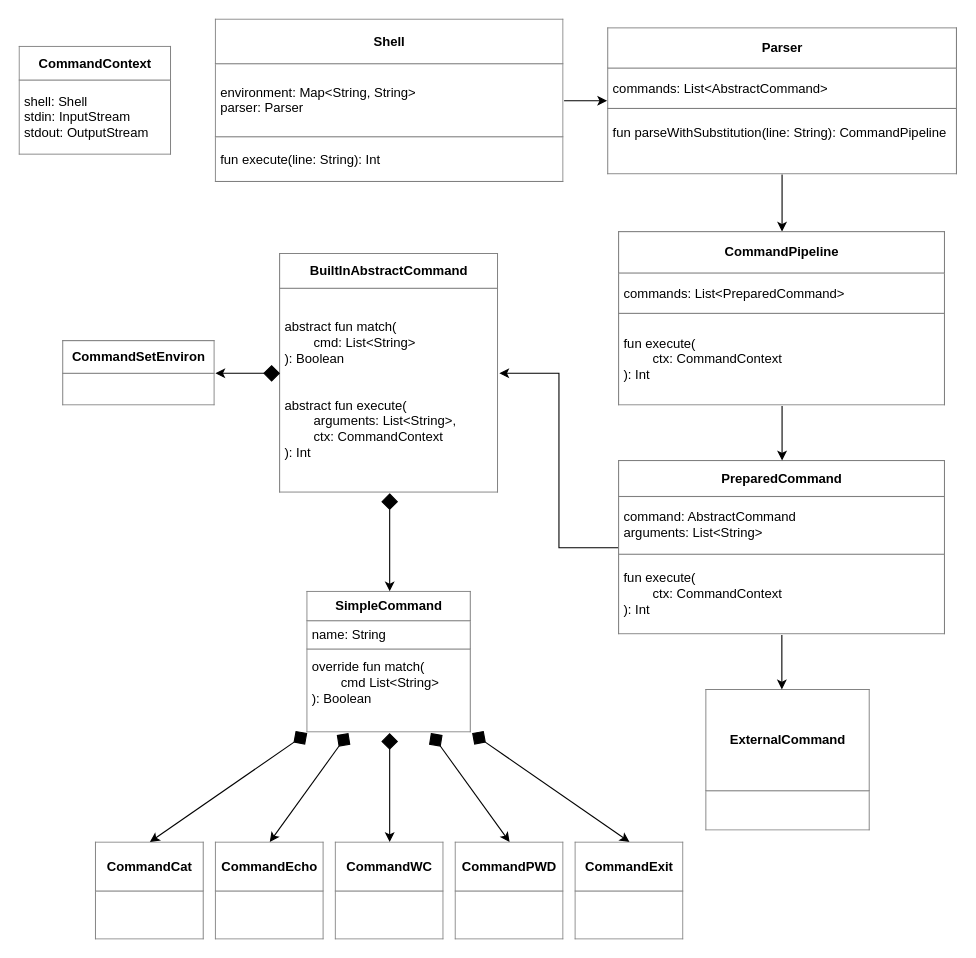
Above: SDShell 2.drawio in gt22/hse-SD (draw.io), before the change. Source tidied: cells renumbered, new cells numbered last; positions are measured from the earlier drawing's top-left corner, leaving out a move shared by most shapes. Both pictures are drawn from the tidied source at 109%, with x=0, y=0 at pixel (19, 19).
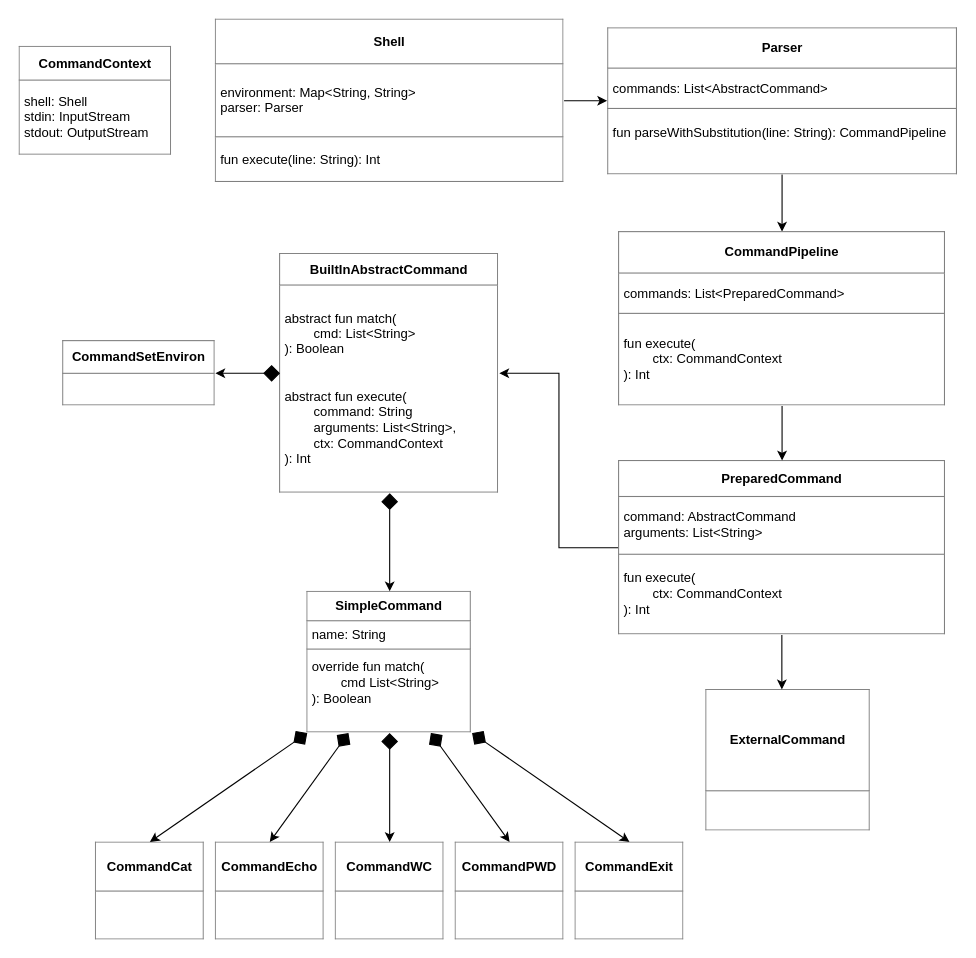
The same diagram, later.

The edit, as a diff of the source:
```diff
@@
-    <mxCell id="4" value="&lt;table border=&quot;1&quot; width=&quot;100%&quot; cellpadding=&quot;4&quot; style=&quot;width: 100% ; height: 100% ; border-collapse: collapse&quot;&gt;&lt;tbody&gt;&lt;tr&gt;&lt;th align=&quot;center&quot;&gt;BuiltInAbstractCommand&lt;/th&gt;&lt;/tr&gt;&lt;tr&gt;&lt;td&gt;abstract fun match(&lt;br&gt;&lt;span&gt;&#9;&lt;/span&gt;&lt;span style=&quot;white-space: pre&quot;&gt;&#9;&lt;/span&gt;cmd: List&amp;lt;String&amp;gt;&lt;br&gt;): Boolean&lt;br&gt;&amp;nbsp;&lt;br&gt;&lt;br&gt;abstract fun execute(&lt;br&gt;&lt;span&gt;&#9;&lt;/span&gt;&lt;span style=&quot;white-space: pre&quot;&gt;&#9;&lt;/span&gt;arguments: List&amp;lt;String&amp;gt;,&lt;br&gt;&lt;span&gt;&#9;&lt;/span&gt;&lt;span style=&quot;white-space: pre&quot;&gt;&#9;&lt;/span&gt;ctx: CommandContext&lt;br&gt;): Int&lt;br&gt;&lt;/td&gt;&lt;/tr&gt;&lt;/tbody&gt;&lt;/table&gt;" style="text;html=1;strokeColor=none;fillColor=none;overflow=fill;" parent="1" vertex="1">
+    <mxCell id="4" value="&lt;table border=&quot;1&quot; width=&quot;100%&quot; cellpadding=&quot;4&quot; style=&quot;width: 100% ; height: 100% ; border-collapse: collapse&quot;&gt;&lt;tbody&gt;&lt;tr&gt;&lt;th align=&quot;center&quot;&gt;BuiltInAbstractCommand&lt;/th&gt;&lt;/tr&gt;&lt;tr&gt;&lt;td&gt;abstract fun match(&lt;br&gt;&lt;span&gt;&#9;&lt;/span&gt;&lt;span style=&quot;white-space: pre&quot;&gt;&#9;&lt;/span&gt;cmd: List&amp;lt;String&amp;gt;&lt;br&gt;): Boolean&lt;br&gt;&amp;nbsp;&lt;br&gt;&lt;br&gt;abstract fun execute(&lt;br&gt;&lt;span style=&quot;white-space: pre&quot;&gt;&#9;&lt;/span&gt;command: String&lt;br&gt;&lt;span&gt;&#9;&lt;/span&gt;&lt;span style=&quot;white-space: pre&quot;&gt;&#9;&lt;/span&gt;arguments: List&amp;lt;String&amp;gt;,&lt;br&gt;&lt;span&gt;&#9;&lt;/span&gt;&lt;span style=&quot;white-space: pre&quot;&gt;&#9;&lt;/span&gt;ctx: CommandContext&lt;br&gt;): Int&lt;br&gt;&lt;/td&gt;&lt;/tr&gt;&lt;/tbody&gt;&lt;/table&gt;" style="text;html=1;strokeColor=none;fillColor=none;overflow=fill;" parent="1" vertex="1">
       <mxGeometry x="239.4" y="215" width="201.2" height="220" as="geometry" />
     </mxCell>
```
